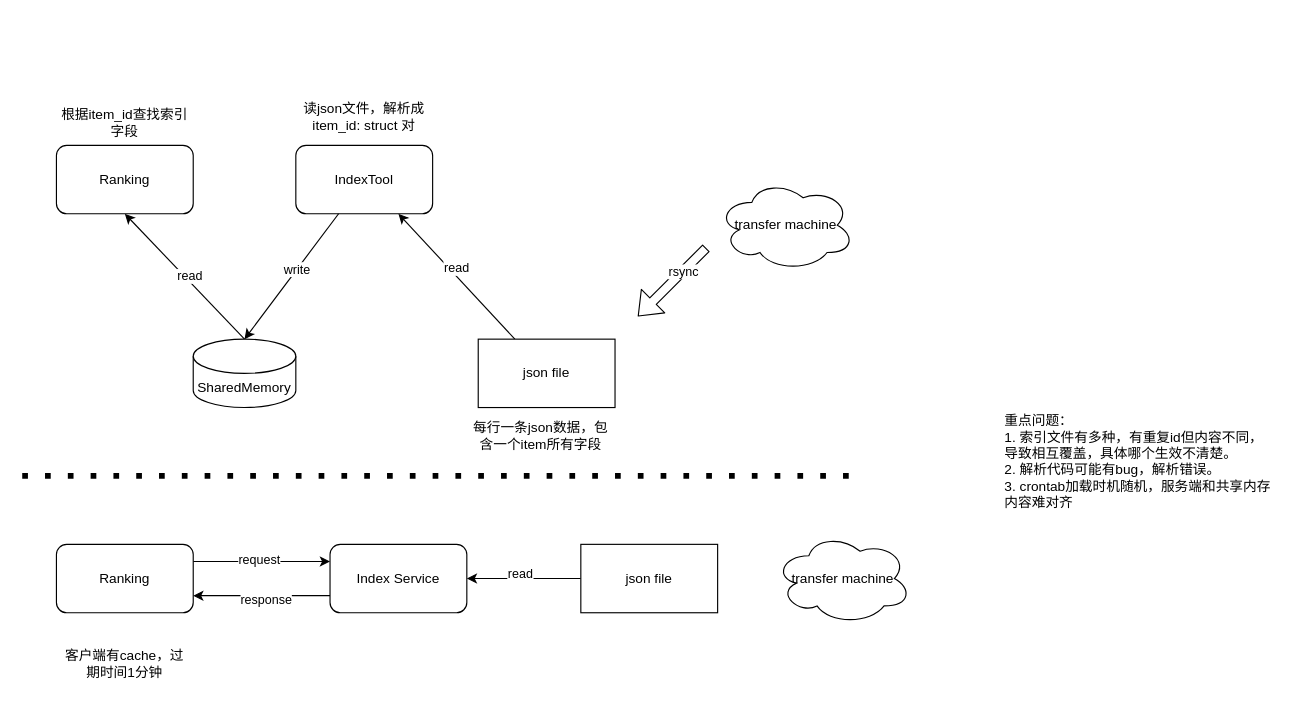
YoungAndSure/TechArt keeps this draw.io diagram as RecommandSystem/passed_work_share/index_service.drawio. Above is the earlier version. Source tidied: cells renumbered, new cells numbered last; positions are measured from the earlier drawing's top-left corner, leaving out a move shared by most shapes. Both pictures are drawn from the tidied source at 114%, with x=0, y=0 at pixel (22, 99).
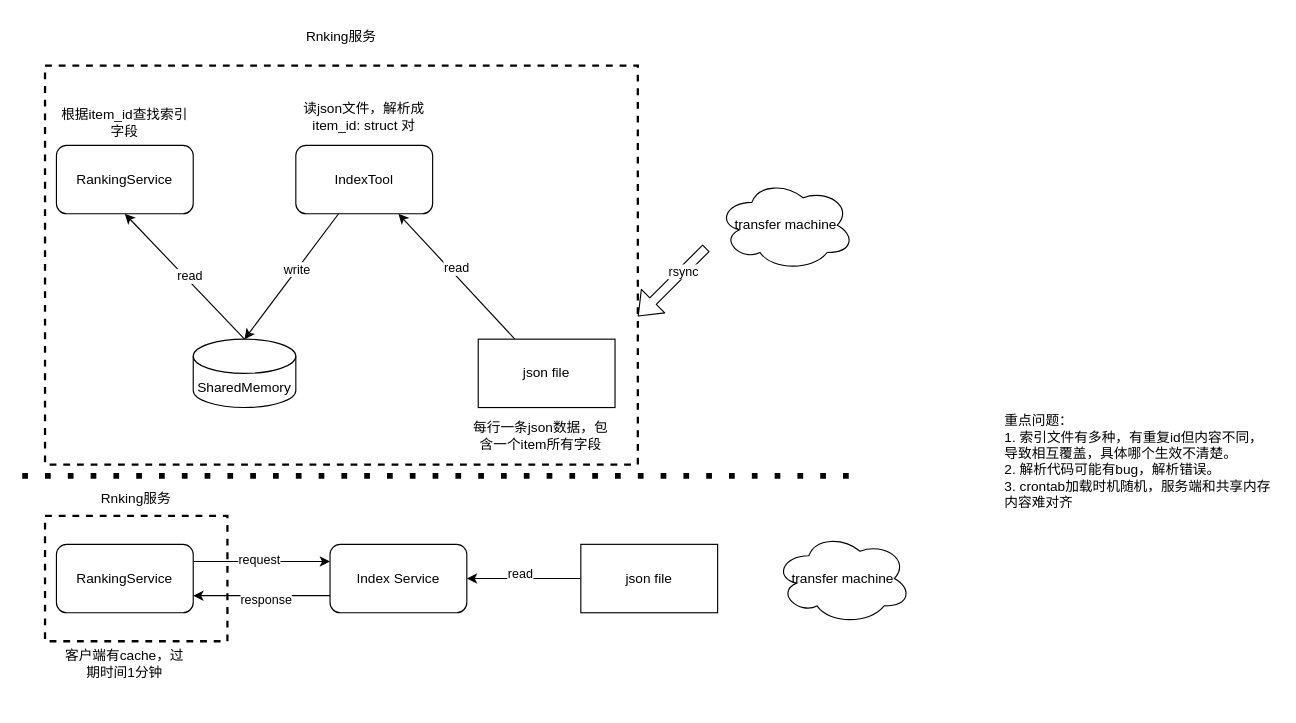
After the change.

Diff of the diagram source:
```diff
@@
-    <mxCell id="2" value="Ranking" style="rounded=1;whiteSpace=wrap;html=1;" parent="1" vertex="1">
+    <mxCell id="2" value="RankingService" style="rounded=1;whiteSpace=wrap;html=1;" parent="1" vertex="1">
       <mxGeometry x="30" y="40" width="120" height="60" as="geometry" />
     </mxCell>
@@
-    <mxCell id="18" value="Ranking" style="rounded=1;whiteSpace=wrap;html=1;" parent="1" vertex="1">
+    <mxCell id="18" value="RankingService" style="rounded=1;whiteSpace=wrap;html=1;" parent="1" vertex="1">
       <mxGeometry x="30" y="390" width="120" height="60" as="geometry" />
     </mxCell>
@@
+    <mxCell id="31" style="rounded=0;whiteSpace=wrap;html=1;fillColor=none;dashed=1;strokeWidth=2;" parent="1" vertex="1">
+      <mxGeometry x="20" y="-30" width="520" height="350" as="geometry" />
+    </mxCell>
+    <mxCell id="32" value="Rnking服务" style="text;html=1;align=center;verticalAlign=middle;whiteSpace=wrap;rounded=0;" parent="1" vertex="1">
+      <mxGeometry x="240" y="-70" width="80" height="30" as="geometry" />
+    </mxCell>
+    <mxCell id="33" style="rounded=0;whiteSpace=wrap;html=1;fillColor=none;dashed=1;strokeWidth=2;" parent="1" vertex="1">
+      <mxGeometry x="20" y="365" width="160" height="110" as="geometry" />
+    </mxCell>
+    <mxCell id="34" value="Rnking服务" style="text;html=1;align=center;verticalAlign=middle;whiteSpace=wrap;rounded=0;" parent="1" vertex="1">
+      <mxGeometry x="60" y="335" width="80" height="30" as="geometry" />
+    </mxCell>
```
